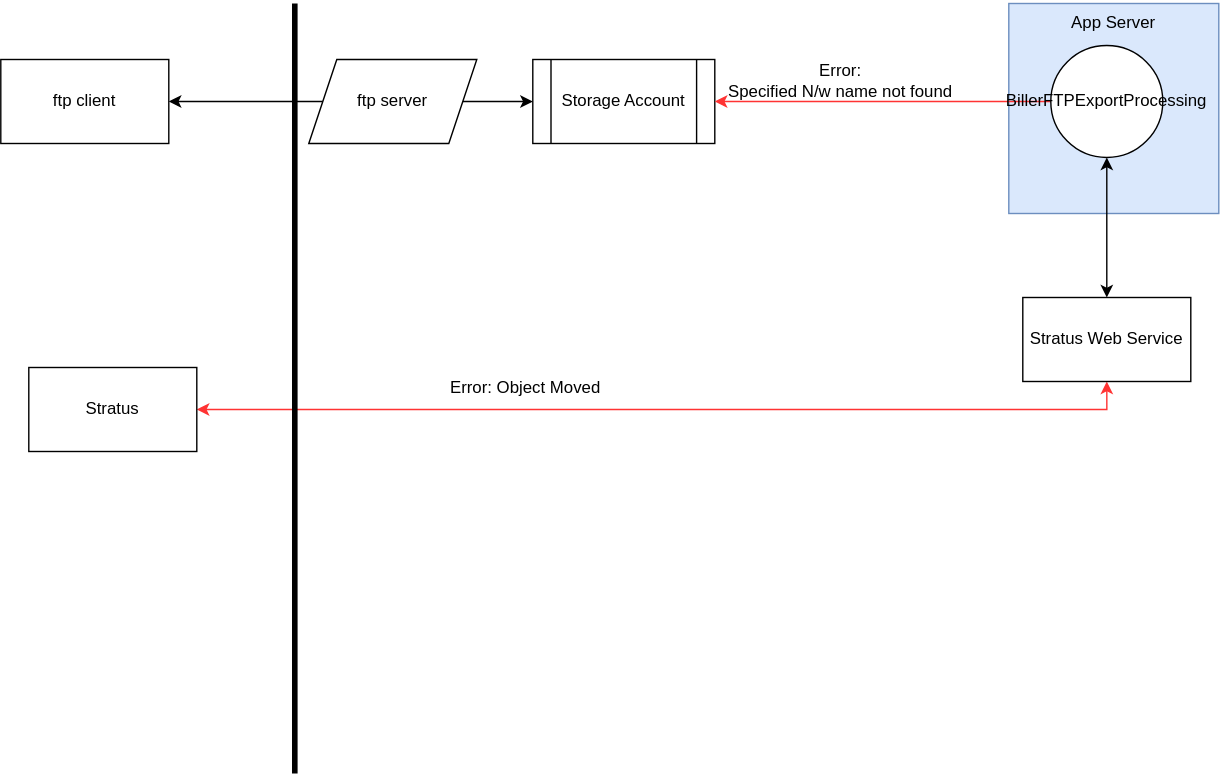
The draw.io diagram ftp-inc237.svg in vjavle/invoicecloud, before a commit. Source tidied: cells renumbered, new cells last; positions are measured from the earlier drawing's top-left corner, leaving out a move shared by most shapes.
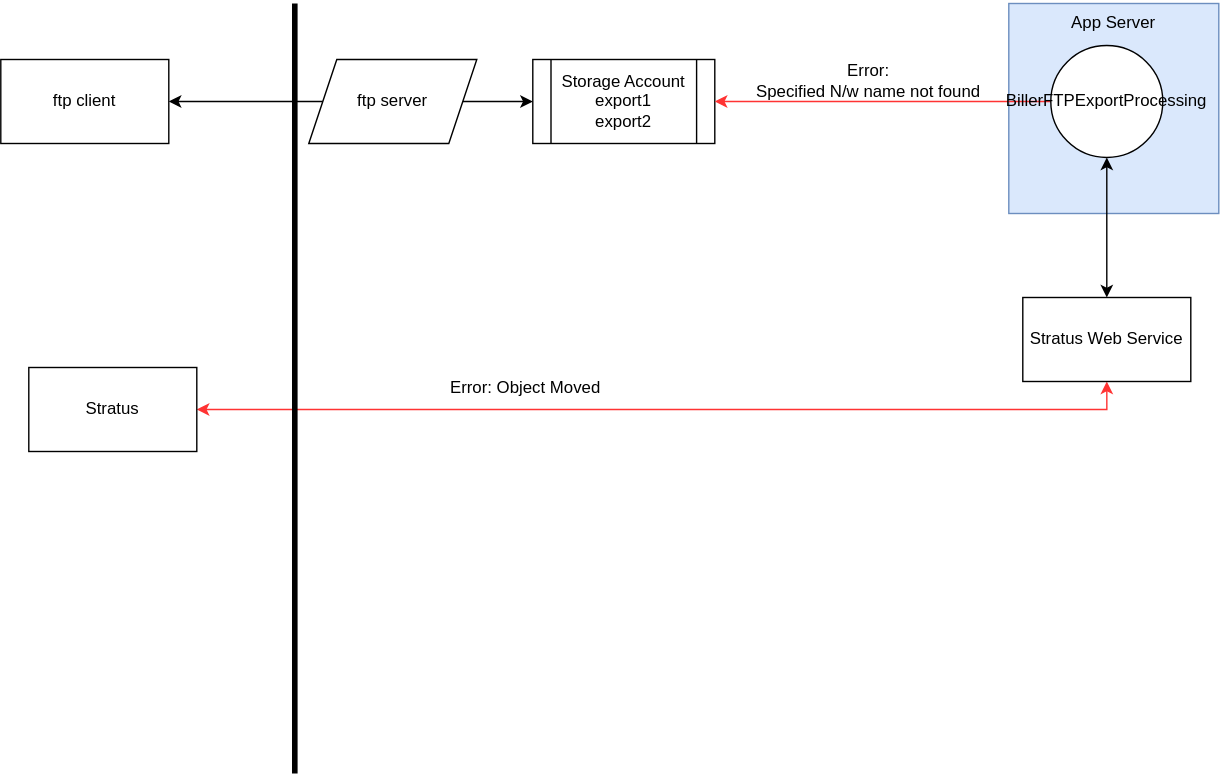
The same diagram one commit later.

Diff of the diagram source:
```diff
@@ -14,7 +14,7 @@
     <mxCell id="5" value="ftp server" style="shape=parallelogram;perimeter=parallelogramPerimeter;whiteSpace=wrap;html=1;fixedSize=1;" parent="1" vertex="1">
       <mxGeometry x="220" y="40" width="120" height="60" as="geometry" />
     </mxCell>
-    <mxCell id="6" value="Storage Account" style="shape=process;whiteSpace=wrap;html=1;backgroundOutline=1;" parent="1" vertex="1">
+    <mxCell id="6" value="Storage Account&lt;br&gt;export1&lt;br&gt;export2" style="shape=process;whiteSpace=wrap;html=1;backgroundOutline=1;" parent="1" vertex="1">
       <mxGeometry x="380" y="40" width="130" height="60" as="geometry" />
     </mxCell>
     <mxCell id="7" style="edgeStyle=orthogonalEdgeStyle;rounded=0;jettySize=auto;html=1;entryX=1;entryY=0.5;entryDx=0;entryDy=0;strokeColor=#FF3333;" parent="1" edge="1" source="8" target="6">
@@ -45,7 +45,7 @@
       </mxGeometry>
     </mxCell>
     <mxCell id="15" value="Error: &lt;br&gt;Specified N/w name not found" style="text;html=1;strokeColor=none;fillColor=none;align=center;verticalAlign=middle;whiteSpace=wrap;rounded=0;" parent="1" vertex="1">
-      <mxGeometry x="510" y="40" width="180" height="30" as="geometry" />
+      <mxGeometry x="530" y="40" width="180" height="30" as="geometry" />
     </mxCell>
     <mxCell id="16" value="Error: Object Moved" style="text;html=1;strokeColor=none;fillColor=none;align=center;verticalAlign=middle;whiteSpace=wrap;rounded=0;" parent="1" vertex="1">
       <mxGeometry x="310" y="260" width="130" height="30" as="geometry" />
```
